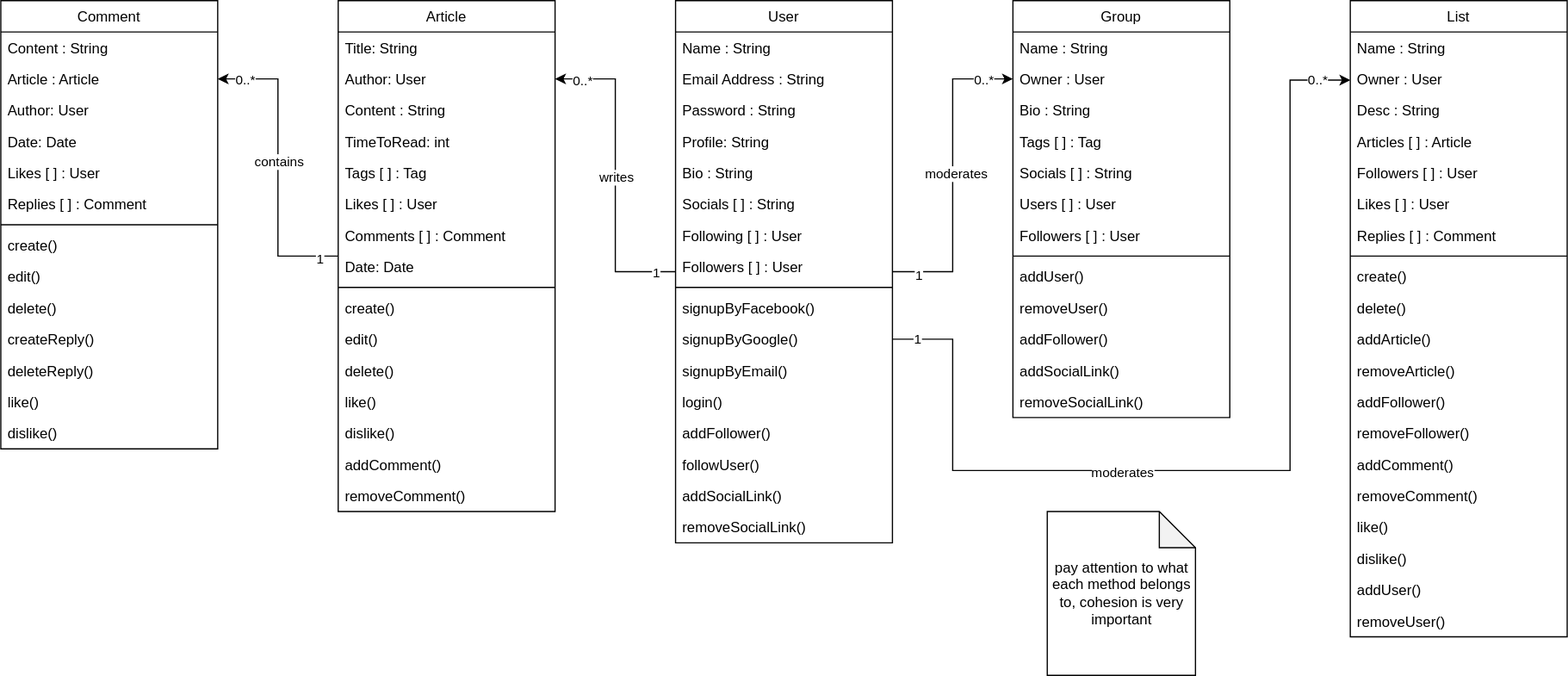
This is Class Diagram.svg from AhmadTripleA/MediumDotCom-Clone, a draw.io export, as it was before one commit. Source tidied: cells renumbered, new cells last; positions are measured from the earlier drawing's top-left corner, leaving out a move shared by most shapes.
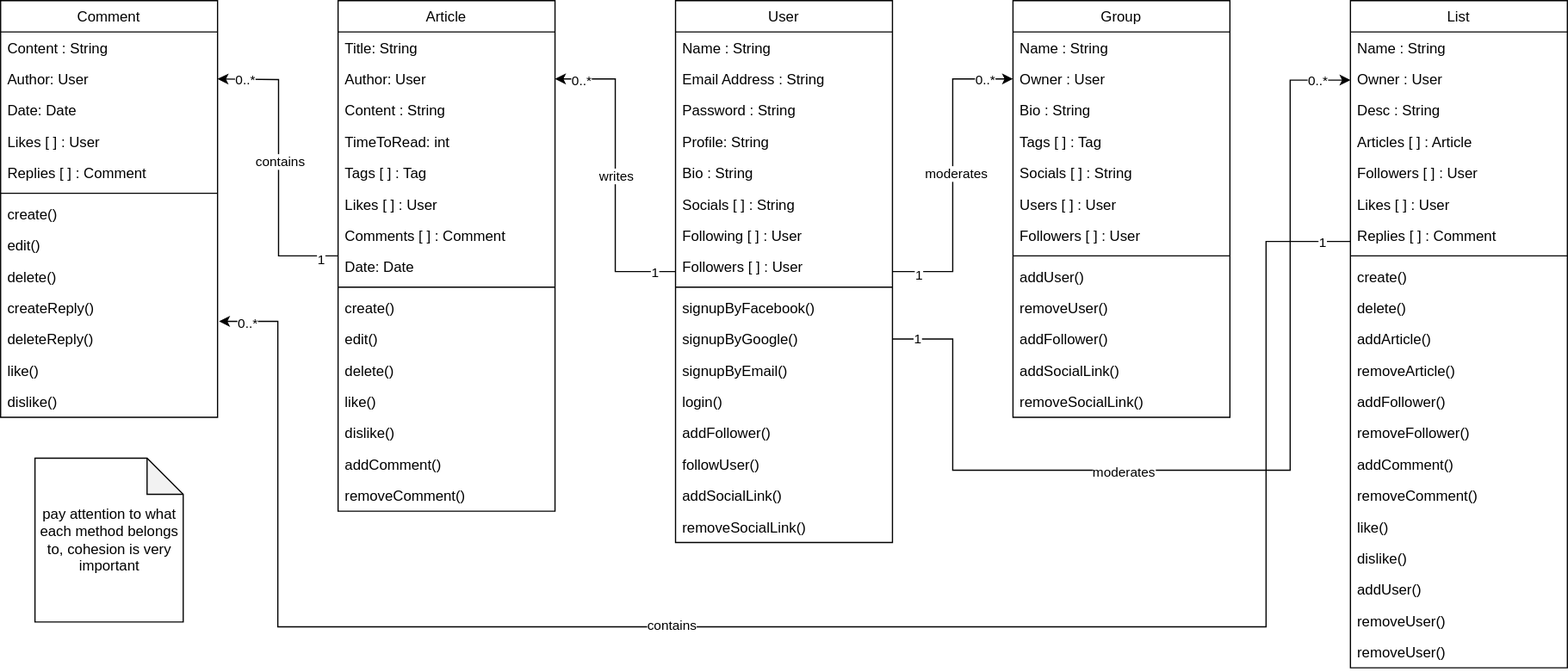
The same file after the commit.

What changed in the source:
```diff
@@ -132,8 +132,10 @@
     <mxCell id="41" value="removeSocialLink()" style="text;align=left;verticalAlign=top;spacingLeft=4;spacingRight=4;overflow=hidden;" parent="28" vertex="1">
       <mxGeometry y="320" width="180" height="26" as="geometry" />
     </mxCell>
-    <mxCell id="42" style="edgeStyle=orthogonalEdgeStyle;rounded=0;jettySize=auto;html=1;" parent="1" edge="1" source="46" target="65">
-      <mxGeometry relative="1" as="geometry" />
+    <mxCell id="42" style="edgeStyle=orthogonalEdgeStyle;rounded=0;jettySize=auto;html=1;" parent="1" edge="1" source="46">
+      <mxGeometry relative="1" as="geometry">
+        <mxPoint x="180" y="65" as="targetPoint" />
+      </mxGeometry>
     </mxCell>
     <mxCell id="43" value="contains" style="edgeLabel;html=1;align=center;verticalAlign=middle;" parent="42" vertex="1">
       <mxGeometry x="0.05" relative="1" as="geometry" />
@@ -198,52 +200,68 @@
       <mxGeometry y="398" width="180" height="26" as="geometry" />
     </mxCell>
     <mxCell id="63" value="Comment" style="swimlane;fontStyle=0;align=center;verticalAlign=top;horizontal=1;startSize=26;rounded=0;shadow=0;strokeWidth=1;" parent="1" vertex="1">
-      <mxGeometry width="180" height="372" as="geometry" />
+      <mxGeometry width="180" height="346" as="geometry" />
     </mxCell>
     <mxCell id="64" value="Content : String" style="text;align=left;verticalAlign=top;spacingLeft=4;spacingRight=4;overflow=hidden;" parent="63" vertex="1">
       <mxGeometry y="26" width="180" height="26" as="geometry" />
     </mxCell>
-    <mxCell id="65" value="Article : Article" style="text;align=left;verticalAlign=top;spacingLeft=4;spacingRight=4;overflow=hidden;points=[[0,0.5],[1,0.5]];portConstraint=eastwest;rounded=0;shadow=0;html=0;" parent="63" vertex="1">
-      <mxGeometry y="52" width="180" height="26" as="geometry" />
-    </mxCell>
     <mxCell id="66" value="Author: User" style="text;align=left;verticalAlign=top;spacingLeft=4;spacingRight=4;overflow=hidden;rounded=0;shadow=0;html=0;" parent="63" vertex="1">
-      <mxGeometry y="78" width="180" height="26" as="geometry" />
+      <mxGeometry y="52" width="180" height="26" as="geometry" />
     </mxCell>
     <mxCell id="67" value="Date: Date" style="text;align=left;verticalAlign=top;spacingLeft=4;spacingRight=4;overflow=hidden;rounded=0;shadow=0;html=0;" parent="63" vertex="1">
-      <mxGeometry y="104" width="180" height="26" as="geometry" />
+      <mxGeometry y="78" width="180" height="26" as="geometry" />
     </mxCell>
     <mxCell id="68" value="Likes [ ] : User" style="text;align=left;verticalAlign=top;spacingLeft=4;spacingRight=4;overflow=hidden;rounded=0;shadow=0;html=0;" parent="63" vertex="1">
-      <mxGeometry y="130" width="180" height="26" as="geometry" />
+      <mxGeometry y="104" width="180" height="26" as="geometry" />
     </mxCell>
     <mxCell id="69" value="Replies [ ] : Comment" style="text;align=left;verticalAlign=top;spacingLeft=4;spacingRight=4;overflow=hidden;rounded=0;shadow=0;html=0;" parent="63" vertex="1">
-      <mxGeometry y="156" width="180" height="26" as="geometry" />
+      <mxGeometry y="130" width="180" height="26" as="geometry" />
     </mxCell>
     <mxCell id="70" style="line;html=1;strokeWidth=1;align=left;verticalAlign=middle;spacingTop=-1;spacingLeft=3;spacingRight=3;labelPosition=right;" parent="63" vertex="1">
-      <mxGeometry y="182" width="180" height="8" as="geometry" />
+      <mxGeometry y="156" width="180" height="8" as="geometry" />
     </mxCell>
     <mxCell id="71" value="create()" style="text;align=left;verticalAlign=top;spacingLeft=4;spacingRight=4;overflow=hidden;" parent="63" vertex="1">
-      <mxGeometry y="190" width="180" height="26" as="geometry" />
+      <mxGeometry y="164" width="180" height="26" as="geometry" />
     </mxCell>
     <mxCell id="72" value="edit()" style="text;align=left;verticalAlign=top;spacingLeft=4;spacingRight=4;overflow=hidden;" parent="63" vertex="1">
-      <mxGeometry y="216" width="180" height="26" as="geometry" />
+      <mxGeometry y="190" width="180" height="26" as="geometry" />
     </mxCell>
     <mxCell id="73" value="delete()" style="text;align=left;verticalAlign=top;spacingLeft=4;spacingRight=4;overflow=hidden;" parent="63" vertex="1">
-      <mxGeometry y="242" width="180" height="26" as="geometry" />
+      <mxGeometry y="216" width="180" height="26" as="geometry" />
     </mxCell>
     <mxCell id="74" value="createReply()" style="text;align=left;verticalAlign=top;spacingLeft=4;spacingRight=4;overflow=hidden;points=[[0,0.5],[1,0.5]];portConstraint=eastwest;" parent="63" vertex="1">
-      <mxGeometry y="268" width="180" height="26" as="geometry" />
+      <mxGeometry y="242" width="180" height="26" as="geometry" />
     </mxCell>
     <mxCell id="75" value="deleteReply()" style="text;align=left;verticalAlign=top;spacingLeft=4;spacingRight=4;overflow=hidden;" parent="63" vertex="1">
-      <mxGeometry y="294" width="180" height="26" as="geometry" />
+      <mxGeometry y="268" width="180" height="26" as="geometry" />
     </mxCell>
     <mxCell id="76" value="like()" style="text;align=left;verticalAlign=top;spacingLeft=4;spacingRight=4;overflow=hidden;" parent="63" vertex="1">
-      <mxGeometry y="320" width="180" height="26" as="geometry" />
+      <mxGeometry y="294" width="180" height="26" as="geometry" />
     </mxCell>
     <mxCell id="77" value="dislike()" style="text;align=left;verticalAlign=top;spacingLeft=4;spacingRight=4;overflow=hidden;" parent="63" vertex="1">
-      <mxGeometry y="346" width="180" height="26" as="geometry" />
+      <mxGeometry y="320" width="180" height="26" as="geometry" />
     </mxCell>
+    <mxCell id="104" style="edgeStyle=orthogonalEdgeStyle;rounded=0;jettySize=auto;html=1;entryX=1.007;entryY=0.936;entryDx=0;entryDy=0;entryPerimeter=0;" parent="1" edge="1" source="78" target="74">
+      <mxGeometry relative="1" as="geometry">
+        <Array as="points">
+          <mxPoint x="1050" y="200" />
+          <mxPoint x="1050" y="520" />
+          <mxPoint x="230" y="520" />
+          <mxPoint x="230" y="266" />
+        </Array>
+      </mxGeometry>
+    </mxCell>
+    <mxCell id="105" value="0..*" style="edgeLabel;html=1;align=center;verticalAlign=middle;" parent="104" vertex="1">
+      <mxGeometry x="0.97" y="1" relative="1" as="geometry" />
+    </mxCell>
+    <mxCell id="106" value="1" style="edgeLabel;html=1;align=center;verticalAlign=middle;" parent="104" vertex="1">
+      <mxGeometry x="-0.97" relative="1" as="geometry" />
+    </mxCell>
+    <mxCell id="107" value="contains" style="edgeLabel;html=1;align=center;verticalAlign=middle;" parent="104" vertex="1">
+      <mxGeometry x="0.17" y="-2" relative="1" as="geometry" />
+    </mxCell>
     <mxCell id="78" value="List" style="swimlane;fontStyle=0;align=center;verticalAlign=top;horizontal=1;startSize=26;rounded=0;shadow=0;strokeWidth=1;" parent="1" vertex="1">
-      <mxGeometry x="1120" width="180" height="528" as="geometry" />
+      <mxGeometry x="1120" width="180" height="554" as="geometry" />
     </mxCell>
     <mxCell id="79" value="Name : String" style="text;align=left;verticalAlign=top;spacingLeft=4;spacingRight=4;overflow=hidden;" parent="78" vertex="1">
       <mxGeometry y="26" width="180" height="26" as="geometry" />
@@ -302,11 +320,14 @@
     <mxCell id="97" value="addUser()" style="text;align=left;verticalAlign=top;spacingLeft=4;spacingRight=4;overflow=hidden;" parent="78" vertex="1">
       <mxGeometry y="476" width="180" height="26" as="geometry" />
     </mxCell>
+    <mxCell id="108" value="removeUser()" style="text;align=left;verticalAlign=top;spacingLeft=4;spacingRight=4;overflow=hidden;" parent="78" vertex="1">
+      <mxGeometry y="502" width="180" height="26" as="geometry" />
+    </mxCell>
     <mxCell id="98" value="removeUser()" style="text;align=left;verticalAlign=top;spacingLeft=4;spacingRight=4;overflow=hidden;" parent="78" vertex="1">
-      <mxGeometry y="502" width="180" height="26" as="geometry" />
+      <mxGeometry y="528" width="180" height="26" as="geometry" />
     </mxCell>
     <mxCell id="99" value="pay attention to what each method belongs to, cohesion is very important" style="shape=note;whiteSpace=wrap;html=1;backgroundOutline=1;darkOpacity=0.05;" parent="1" vertex="1">
-      <mxGeometry x="868.5" y="424" width="123" height="136" as="geometry" />
+      <mxGeometry x="28.5" y="380" width="123" height="136" as="geometry" />
     </mxCell>
     <mxCell id="100" style="edgeStyle=orthogonalEdgeStyle;rounded=0;jettySize=auto;html=1;" parent="1" edge="1" source="21" target="80">
       <mxGeometry relative="1" as="geometry">
```
